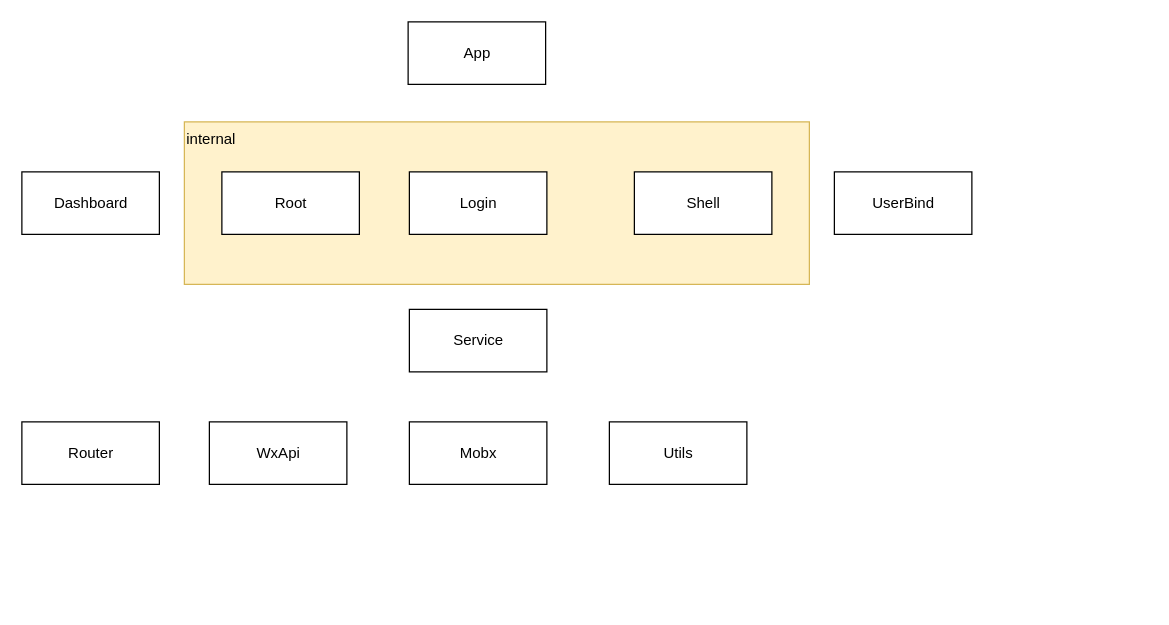
asling/my-umls keeps this draw.io diagram as wxworkshell.drawio. Above is the earlier version. Source tidied: cells renumbered, new cells numbered last; positions are measured from the earlier drawing's top-left corner, leaving out a move shared by most shapes. Both pictures are drawn from the tidied source at 125%, with x=0, y=0 at pixel (21, 21).
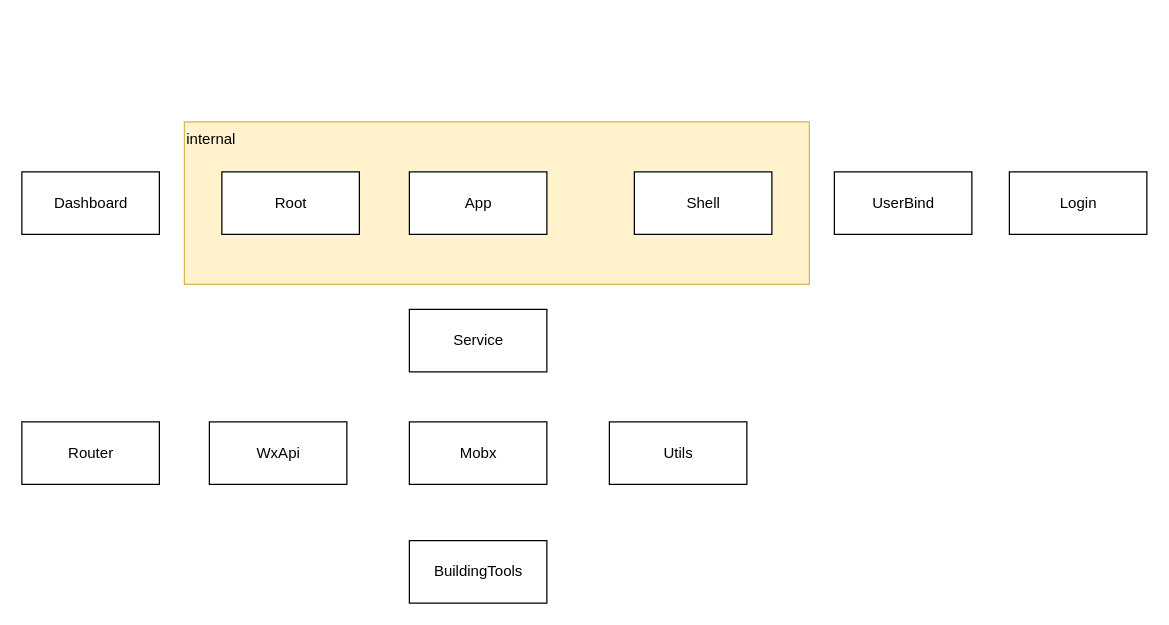
Above is the later version.

Diff of the diagram source:
```diff
@@
 <mxGraphModel>
   <root>
     <mxCell id="0" />
     <mxCell id="1" parent="0" />
     <mxCell id="2" value="internal" style="rounded=0;whiteSpace=wrap;html=1;fillColor=#fff2cc;strokeColor=#d6b656;align=left;horizontal=1;verticalAlign=top;" parent="1" vertex="1">
       <mxGeometry x="130" y="80" width="500" height="130" as="geometry" />
     </mxCell>
     <mxCell id="3" value="App" style="html=1;" parent="1" vertex="1">
-      <mxGeometry x="309" width="110" height="50" as="geometry" />
+      <mxGeometry x="310" y="120" width="110" height="50" as="geometry" />
     </mxCell>
     <mxCell id="4" value="Root" style="html=1;" parent="1" vertex="1">
       <mxGeometry x="160" y="120" width="110" height="50" as="geometry" />
     </mxCell>
     <mxCell id="5" value="Login" style="html=1;" parent="1" vertex="1">
-      <mxGeometry x="310" y="120" width="110" height="50" as="geometry" />
+      <mxGeometry x="790" y="120" width="110" height="50" as="geometry" />
     </mxCell>
     <mxCell id="6" value="UserBind" style="html=1;" parent="1" vertex="1">
       <mxGeometry x="650" y="120" width="110" height="50" as="geometry" />
     </mxCell>
     <mxCell id="7" value="Dashboard" style="html=1;" parent="1" vertex="1">
       <mxGeometry y="120" width="110" height="50" as="geometry" />
     </mxCell>
     <mxCell id="8" value="Shell" style="html=1;" parent="1" vertex="1">
       <mxGeometry x="490" y="120" width="110" height="50" as="geometry" />
     </mxCell>
     <mxCell id="9" value="Router" style="html=1;align=center;" parent="1" vertex="1">
       <mxGeometry y="320" width="110" height="50" as="geometry" />
     </mxCell>
     <mxCell id="10" value="WxApi" style="html=1;align=center;" parent="1" vertex="1">
       <mxGeometry x="150" y="320" width="110" height="50" as="geometry" />
     </mxCell>
     <mxCell id="11" value="Mobx" style="html=1;align=center;" parent="1" vertex="1">
       <mxGeometry x="310" y="320" width="110" height="50" as="geometry" />
     </mxCell>
     <mxCell id="12" value="Service" style="html=1;align=center;" parent="1" vertex="1">
       <mxGeometry x="310" y="230" width="110" height="50" as="geometry" />
     </mxCell>
     <mxCell id="13" value="Utils" style="html=1;align=center;" parent="1" vertex="1">
       <mxGeometry x="470" y="320" width="110" height="50" as="geometry" />
     </mxCell>
+    <mxCell id="14" value="BuildingTools" style="html=1;align=center;" parent="1" vertex="1">
+      <mxGeometry x="310" y="415" width="110" height="50" as="geometry" />
+    </mxCell>
   </root>
 </mxGraphModel>
```
